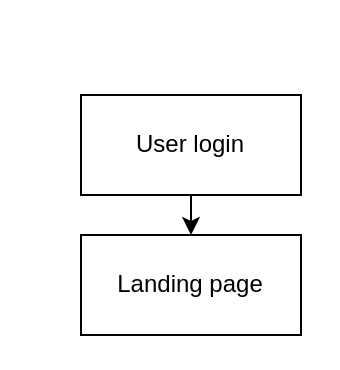
Before: page "Dashboard" (2 of 2) of flows/Untitled Diagram.drawio in chaarvyss/chaarvy_fe_v2, a draw.io diagram. Source tidied: cells renumbered, new cells numbered last; positions are measured from the earlier drawing's top-left corner, leaving out a move shared by most shapes. Both pictures are drawn from the tidied source at 200%, with x=0, y=0 at pixel (80, 94).
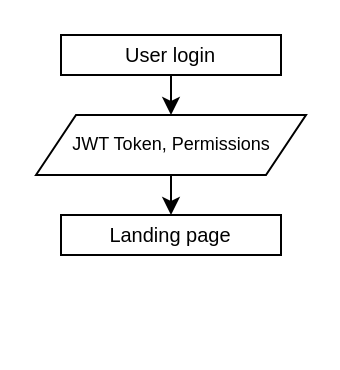
The same diagram, later.

Commit message:
working on dashboard

Change to the diagram source:
```diff
@@
 <mxGraphModel>
   <root>
     <mxCell id="0" />
     <mxCell id="1" parent="0" />
-    <mxCell id="2" style="edgeStyle=none;rounded=0;jettySize=auto;html=1;elbow=vertical;" parent="1" edge="1" source="3" target="4">
+    <mxCell id="2" style="edgeStyle=none;rounded=0;jettySize=auto;html=1;elbow=vertical;" parent="1" edge="1" source="6" target="4">
       <mxGeometry relative="1" as="geometry" />
     </mxCell>
-    <mxCell id="3" value="User login" style="html=1;whiteSpace=wrap;" parent="1" vertex="1">
-      <mxGeometry width="110" height="50" as="geometry" />
+    <mxCell id="3" value="User login" style="html=1;whiteSpace=wrap;fontSize=10;" parent="1" vertex="1">
+      <mxGeometry x="-10" y="-30" width="110" height="20" as="geometry" />
     </mxCell>
-    <mxCell id="4" value="Landing page" style="html=1;whiteSpace=wrap;" parent="1" vertex="1">
-      <mxGeometry y="70" width="110" height="50" as="geometry" />
+    <mxCell id="4" value="Landing page" style="html=1;whiteSpace=wrap;fontSize=10;" parent="1" vertex="1">
+      <mxGeometry x="-10" y="60" width="110" height="20" as="geometry" />
     </mxCell>
+    <mxCell id="5" style="edgeStyle=none;rounded=0;jettySize=auto;html=1;elbow=vertical;" parent="1" edge="1" source="3" target="6">
+      <mxGeometry relative="1" as="geometry" />
+    </mxCell>
+    <mxCell id="6" value="JWT Token, Permissions" style="shape=parallelogram;perimeter=parallelogramPerimeter;whiteSpace=wrap;html=1;shapeInside=1;fixedSize=1;fontSize=9;" parent="1" vertex="1">
+      <mxGeometry x="-22.5" y="10" width="135" height="30" as="geometry" />
+    </mxCell>
   </root>
 </mxGraphModel>
```
